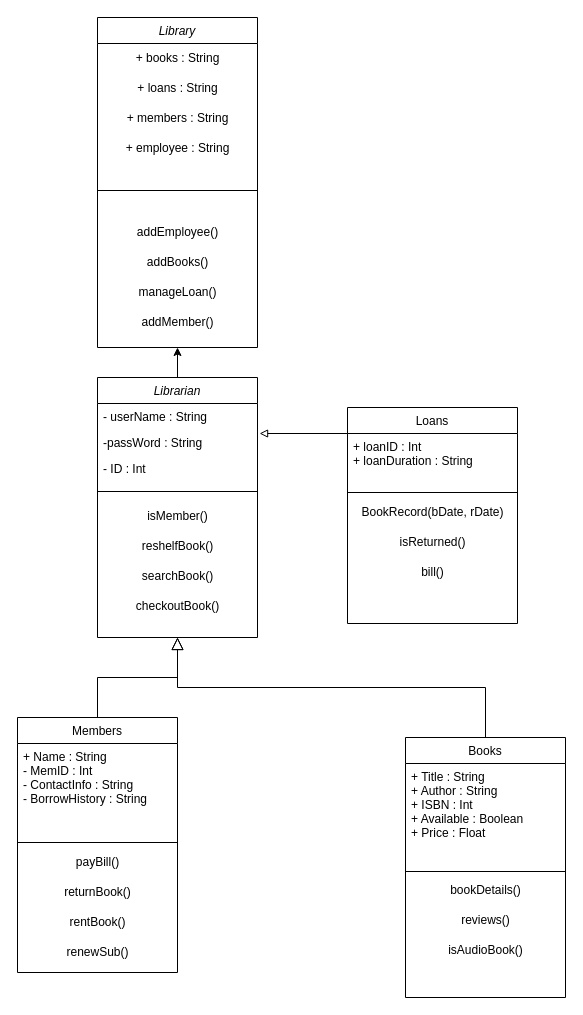
This is Untitled Diagram.drawio from Twpendleton/ClassUMLDiagram, a draw.io file, before an edit. Source tidied: cells renumbered, new cells numbered last; positions are measured from the earlier drawing's top-left corner, leaving out a move shared by most shapes. Both pictures are drawn from the tidied source at 100%, with x=0, y=0 at pixel (17, 17).
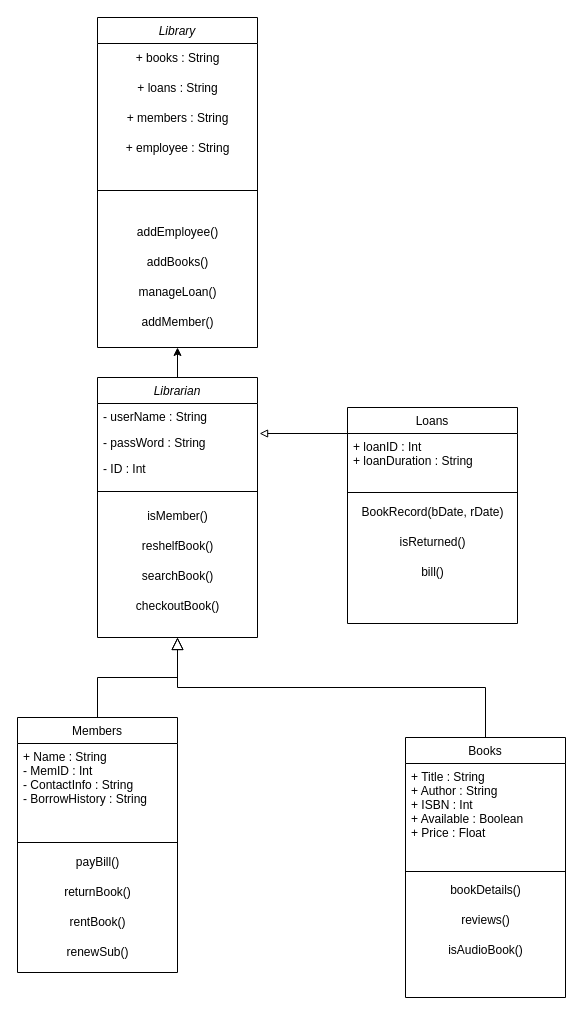
The same diagram, later.

The change refers to these unchanged cells:
```xml
<mxCell id="3" value="Librarian" style="swimlane;fontStyle=2;align=center;verticalAlign=top;horizontal=1;startSize=26;rounded=0;shadow=0;strokeWidth=1;" parent="1" vertex="1">
  <mxGeometry x="80" y="360" width="160" height="260" as="geometry" />
</mxCell>
```

What changed in the source:
```diff
@@
-    <mxCell id="5" value="-passWord : String" style="text;align=left;verticalAlign=top;spacingLeft=4;spacingRight=4;overflow=hidden;points=[[0,0.5],[1,0.5]];portConstraint=eastwest;rounded=0;shadow=0;html=0;" parent="3" vertex="1">
+    <mxCell id="5" value="- passWord : String" style="text;align=left;verticalAlign=top;spacingLeft=4;spacingRight=4;overflow=hidden;points=[[0,0.5],[1,0.5]];portConstraint=eastwest;rounded=0;shadow=0;html=0;" parent="3" vertex="1">
       <mxGeometry y="52" width="160" height="26" as="geometry" />
     </mxCell>
```
